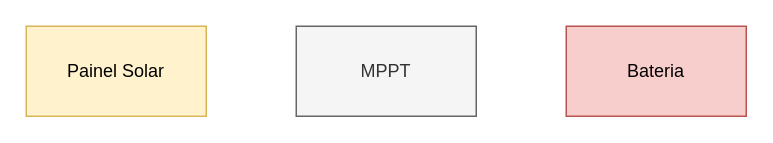
Above: docs/source/diagramas/esquematico_painel_solar.drawio in polinautico/RTD-Floki (draw.io), before the change. Source tidied: cells renumbered, new cells numbered last; positions are measured from the earlier drawing's top-left corner, leaving out a move shared by most shapes. Both pictures are drawn from the tidied source at 150%, with x=0, y=0 at pixel (26, 26).
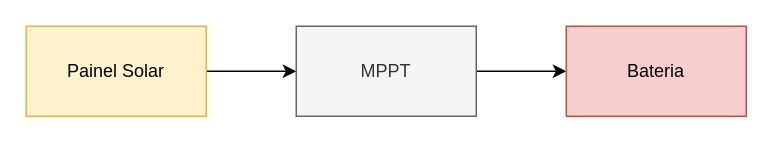
The same diagram, later.

The edit, as a diff of the source:
```diff
@@
 <mxGraphModel>
   <root>
     <mxCell id="0" />
     <mxCell id="1" parent="0" />
+    <mxCell id="5" style="edgeStyle=orthogonalEdgeStyle;rounded=0;jettySize=auto;html=1;" parent="1" edge="1" source="2" target="3">
+      <mxGeometry relative="1" as="geometry" />
+    </mxCell>
     <mxCell id="2" value="Painel Solar" style="rounded=0;whiteSpace=wrap;html=1;fillColor=#fff2cc;strokeColor=#d6b656;" parent="1" vertex="1">
       <mxGeometry width="120" height="60" as="geometry" />
     </mxCell>
+    <mxCell id="6" style="edgeStyle=orthogonalEdgeStyle;rounded=0;jettySize=auto;html=1;" parent="1" edge="1" source="3" target="4">
+      <mxGeometry relative="1" as="geometry" />
+    </mxCell>
     <mxCell id="3" value="MPPT" style="rounded=0;whiteSpace=wrap;html=1;fillColor=#f5f5f5;fontColor=#333333;strokeColor=#666666;" parent="1" vertex="1">
       <mxGeometry x="180" width="120" height="60" as="geometry" />
     </mxCell>
     <mxCell id="4" value="Bateria" style="rounded=0;whiteSpace=wrap;html=1;fillColor=#f8cecc;strokeColor=#b85450;" parent="1" vertex="1">
       <mxGeometry x="360" width="120" height="60" as="geometry" />
     </mxCell>
   </root>
 </mxGraphModel>
```
